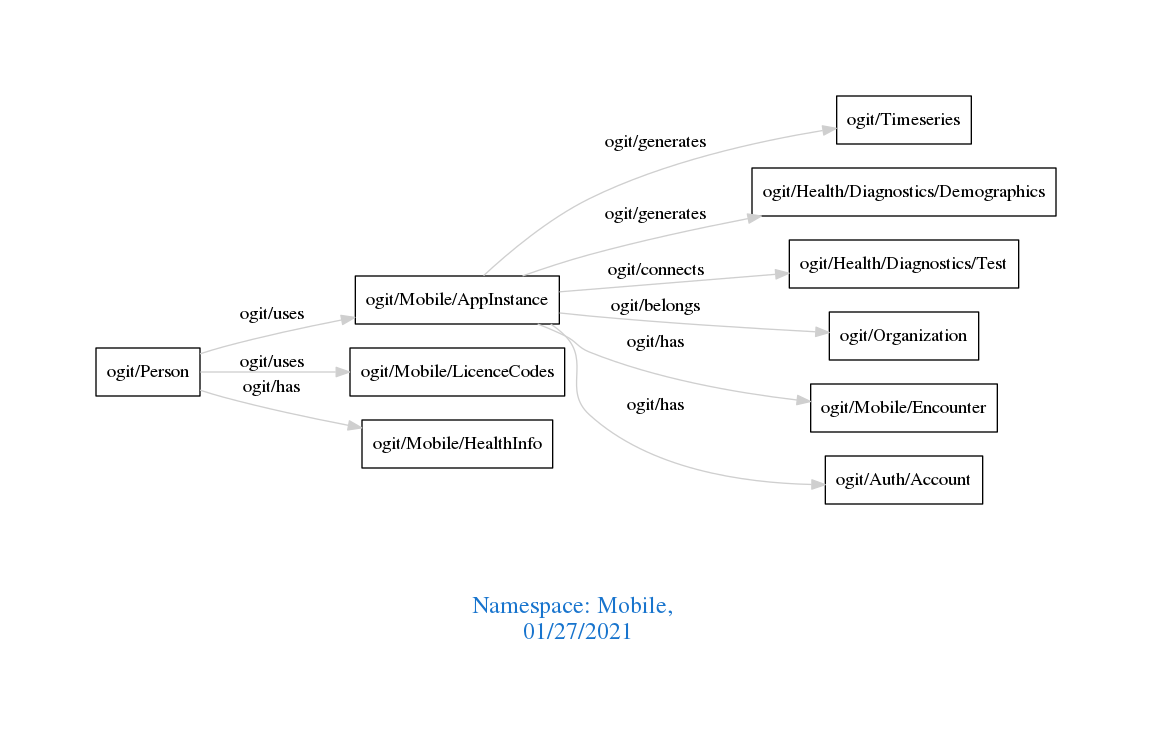
arago/OGIT keeps this Graphviz diagram as downloads/Mobile.png. Above is the earlier version. Its source is kept beside it as downloads/Mobile.dot.
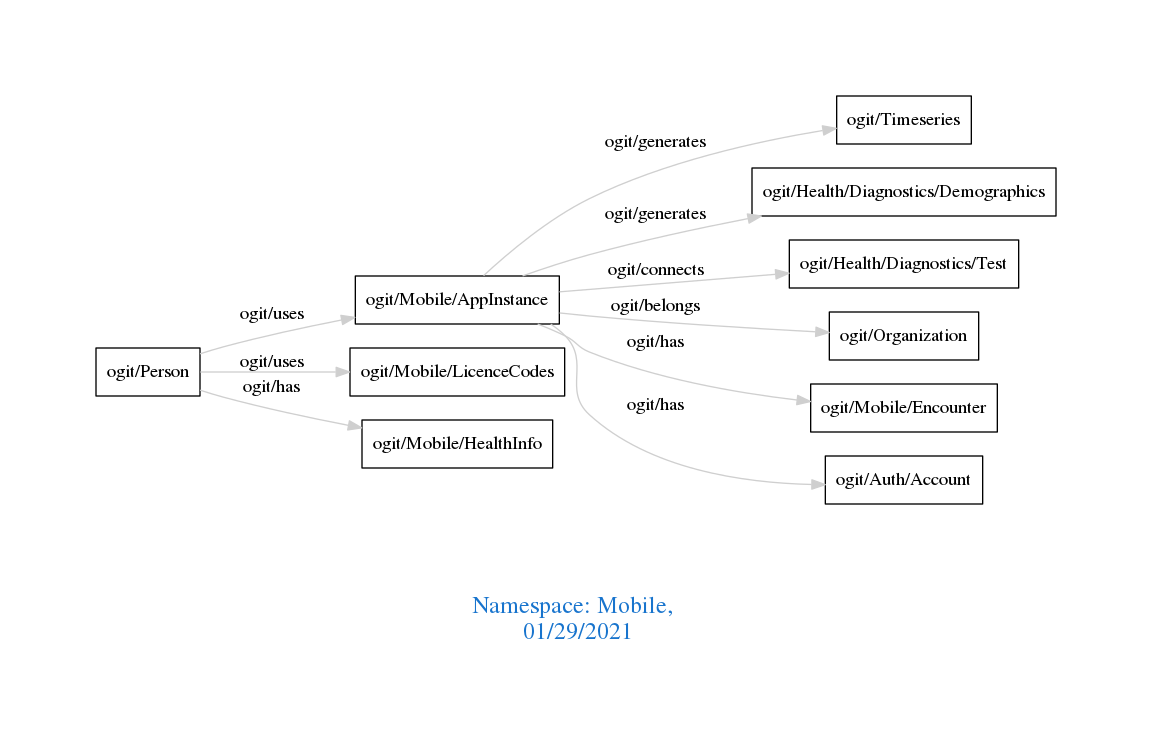
After the change.

What changed in the source:
```diff
@@ -1,7 +1,7 @@
 digraph OGIT_ontology {
  graph [ rankdir= LR,pad=1
 fontsize = 18,
-fontcolor= dodgerblue3,label = "\n\n\nNamespace: Mobile, \n 01/27/2021"];
+fontcolor= dodgerblue3,label = "\n\n\nNamespace: Mobile, \n 01/29/2021"];
 node[shape=polygon];
 edge [  color="gray81"];
 
```
